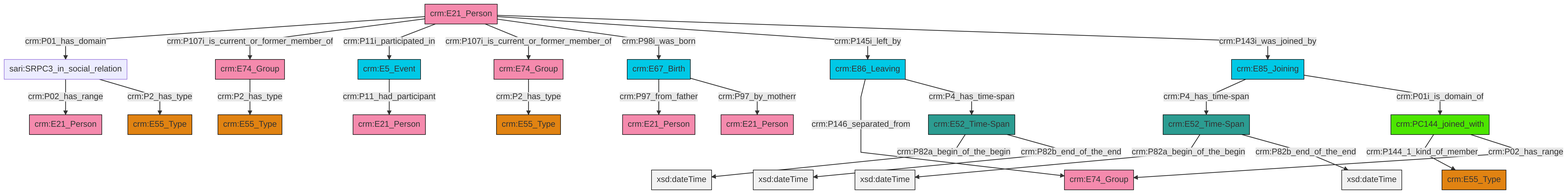
Above: et/personCSV/ttl/mmd/png/Person_Actor_Relations.png in swiss-art-research-net/docs.swissartresearch (Mermaid), before the change. Its source is kept beside it as et/personCSV/ttl/mmd/Person_Actor_Relations.ttl.mmd.
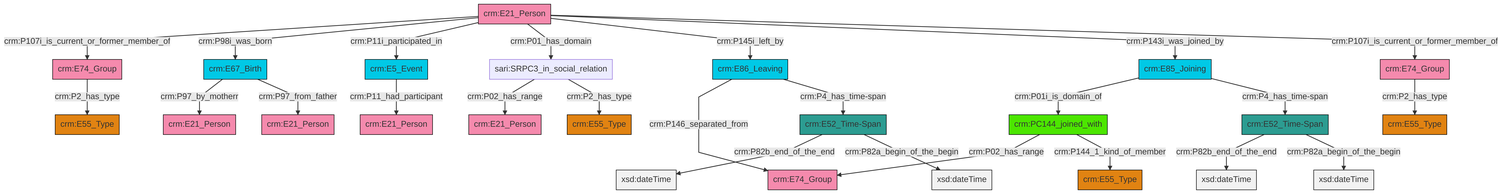
Later version of the same file.

Change to the diagram source:
```diff
@@ -13,27 +13,27 @@
 classDef PC_Classes fill:#4ce600, stroke:#000000;
 classDef Multi fill:#cccccc,stroke:#000000;
 
-0["crm:E85_Joining"]:::Temporal_Entity -->|crm:P4_has_time-span| 4["crm:E52_Time-Span"]:::Time-Span
-7["crm:E67_Birth"]:::Temporal_Entity -->|crm:P97_from_father| 8["crm:E21_Person"]:::Actor
-12["crm:E21_Person"]:::Actor -->|crm:P01_has_domain| 5["sari:SRPC3_in_social_relation"]:::Default
-15["crm:E5_Event"]:::Temporal_Entity -->|crm:P11_had_participant| 16["crm:E21_Person"]:::Actor
-10["crm:E74_Group"]:::Actor -->|crm:P2_has_type| 17["crm:E55_Type"]:::Type
-4["crm:E52_Time-Span"]:::Time-Span -->|crm:P82a_begin_of_the_begin| 20[xsd:dateTime]:::Literal
-23["crm:E86_Leaving"]:::Temporal_Entity -->|crm:P146_separated_from| 24["crm:E74_Group"]:::Actor
-12["crm:E21_Person"]:::Actor -->|crm:P107i_is_current_or_former_member_of| 25["crm:E74_Group"]:::Actor
-12["crm:E21_Person"]:::Actor -->|crm:P11i_participated_in| 15["crm:E5_Event"]:::Temporal_Entity
-12["crm:E21_Person"]:::Actor -->|crm:P107i_is_current_or_former_member_of| 10["crm:E74_Group"]:::Actor
-12["crm:E21_Person"]:::Actor -->|crm:P98i_was_born| 7["crm:E67_Birth"]:::Temporal_Entity
-5["sari:SRPC3_in_social_relation"]:::Default -->|crm:P02_has_range| 2["crm:E21_Person"]:::Actor
-12["crm:E21_Person"]:::Actor -->|crm:P145i_left_by| 23["crm:E86_Leaving"]:::Temporal_Entity
-23["crm:E86_Leaving"]:::Temporal_Entity -->|crm:P4_has_time-span| 38["crm:E52_Time-Span"]:::Time-Span
-25["crm:E74_Group"]:::Actor -->|crm:P2_has_type| 13["crm:E55_Type"]:::Type
-0["crm:E85_Joining"]:::Temporal_Entity -->|crm:P01i_is_domain_of| 32["crm:PC144_joined_with"]:::PC_Classes
-5["sari:SRPC3_in_social_relation"]:::Default -->|crm:P2_has_type| 36["crm:E55_Type"]:::Type
-38["crm:E52_Time-Span"]:::Time-Span -->|crm:P82a_begin_of_the_begin| 41[xsd:dateTime]:::Literal
-38["crm:E52_Time-Span"]:::Time-Span -->|crm:P82b_end_of_the_end| 43[xsd:dateTime]:::Literal
-4["crm:E52_Time-Span"]:::Time-Span -->|crm:P82b_end_of_the_end| 44[xsd:dateTime]:::Literal
-7["crm:E67_Birth"]:::Temporal_Entity -->|crm:P97_by_motherr| 39["crm:E21_Person"]:::Actor
-12["crm:E21_Person"]:::Actor -->|crm:P143i_was_joined_by| 0["crm:E85_Joining"]:::Temporal_Entity
-32["crm:PC144_joined_with"]:::PC_Classes -->|crm:P144_1_kind_of_member| 18["crm:E55_Type"]:::Type
-32["crm:PC144_joined_with"]:::PC_Classes -->|crm:P02_has_range| 24["crm:E74_Group"]:::Actor
+0["crm:E86_Leaving"]:::Temporal_Entity -->|crm:P146_separated_from| 1["crm:E74_Group"]:::Actor
+2["crm:E21_Person"]:::Actor -->|crm:P107i_is_current_or_former_member_of| 3["crm:E74_Group"]:::Actor
+2["crm:E21_Person"]:::Actor -->|crm:P98i_was_born| 4["crm:E67_Birth"]:::Temporal_Entity
+2["crm:E21_Person"]:::Actor -->|crm:P11i_participated_in| 7["crm:E5_Event"]:::Temporal_Entity
+10["sari:SRPC3_in_social_relation"]:::Default -->|crm:P02_has_range| 11["crm:E21_Person"]:::Actor
+3["crm:E74_Group"]:::Actor -->|crm:P2_has_type| 12["crm:E55_Type"]:::Type
+13["crm:E52_Time-Span"]:::Time-Span -->|crm:P82b_end_of_the_end| 14[xsd:dateTime]:::Literal
+16["crm:E85_Joining"]:::Temporal_Entity -->|crm:P01i_is_domain_of| 17["crm:PC144_joined_with"]:::PC_Classes
+17["crm:PC144_joined_with"]:::PC_Classes -->|crm:P02_has_range| 1["crm:E74_Group"]:::Actor
+2["crm:E21_Person"]:::Actor -->|crm:P01_has_domain| 10["sari:SRPC3_in_social_relation"]:::Default
+18["crm:E52_Time-Span"]:::Time-Span -->|crm:P82b_end_of_the_end| 19[xsd:dateTime]:::Literal
+2["crm:E21_Person"]:::Actor -->|crm:P145i_left_by| 0["crm:E86_Leaving"]:::Temporal_Entity
+17["crm:PC144_joined_with"]:::PC_Classes -->|crm:P144_1_kind_of_member| 20["crm:E55_Type"]:::Type
+10["sari:SRPC3_in_social_relation"]:::Default -->|crm:P2_has_type| 8["crm:E55_Type"]:::Type
+16["crm:E85_Joining"]:::Temporal_Entity -->|crm:P4_has_time-span| 18["crm:E52_Time-Span"]:::Time-Span
+0["crm:E86_Leaving"]:::Temporal_Entity -->|crm:P4_has_time-span| 13["crm:E52_Time-Span"]:::Time-Span
+4["crm:E67_Birth"]:::Temporal_Entity -->|crm:P97_by_motherr| 36["crm:E21_Person"]:::Actor
+2["crm:E21_Person"]:::Actor -->|crm:P143i_was_joined_by| 16["crm:E85_Joining"]:::Temporal_Entity
+2["crm:E21_Person"]:::Actor -->|crm:P107i_is_current_or_former_member_of| 28["crm:E74_Group"]:::Actor
+7["crm:E5_Event"]:::Temporal_Entity -->|crm:P11_had_participant| 24["crm:E21_Person"]:::Actor
+18["crm:E52_Time-Span"]:::Time-Span -->|crm:P82a_begin_of_the_begin| 41[xsd:dateTime]:::Literal
+28["crm:E74_Group"]:::Actor -->|crm:P2_has_type| 34["crm:E55_Type"]:::Type
+13["crm:E52_Time-Span"]:::Time-Span -->|crm:P82a_begin_of_the_begin| 46[xsd:dateTime]:::Literal
+4["crm:E67_Birth"]:::Temporal_Entity -->|crm:P97_from_father| 5["crm:E21_Person"]:::Actor
```
